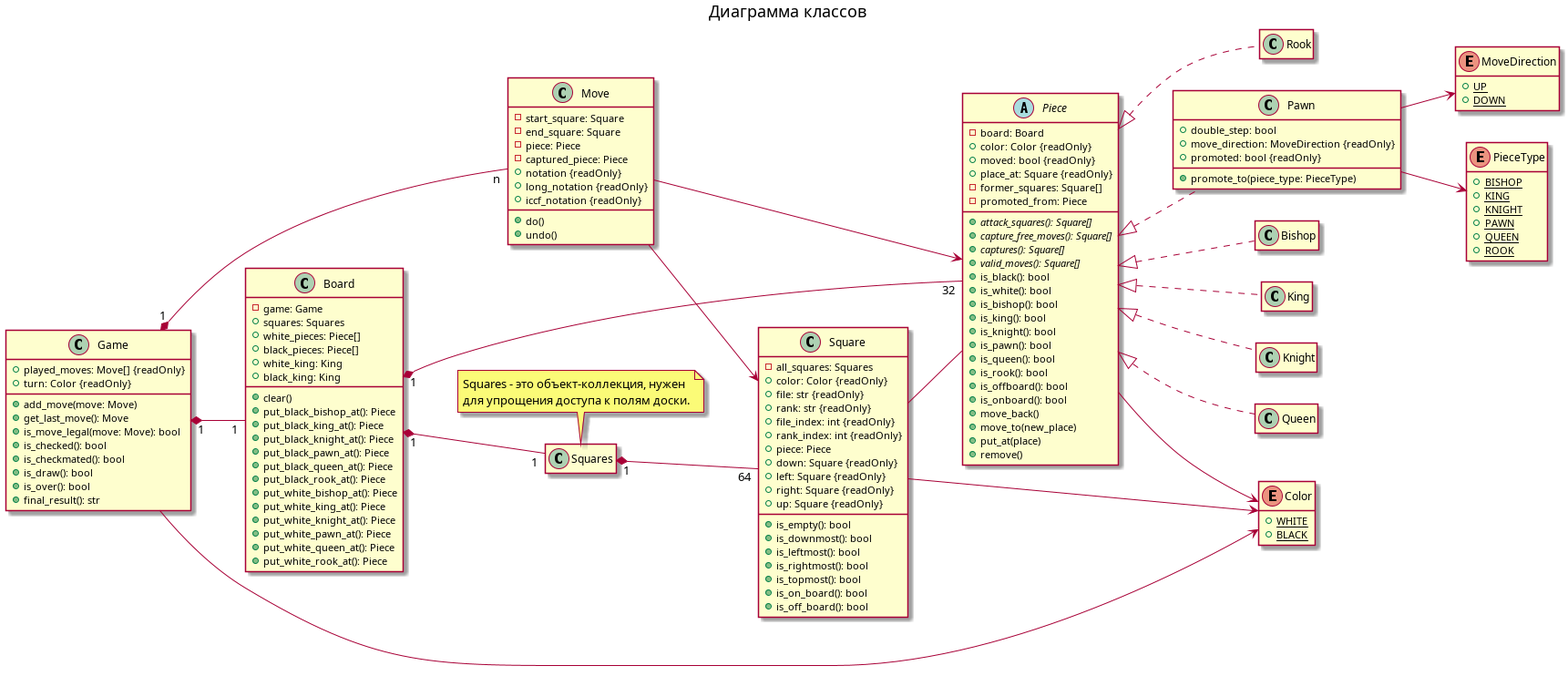
Before: docs/chess.png, a diagram exported from PlantUML (jaeshaed/531-chess). Its source is kept beside it as docs/chess.puml.
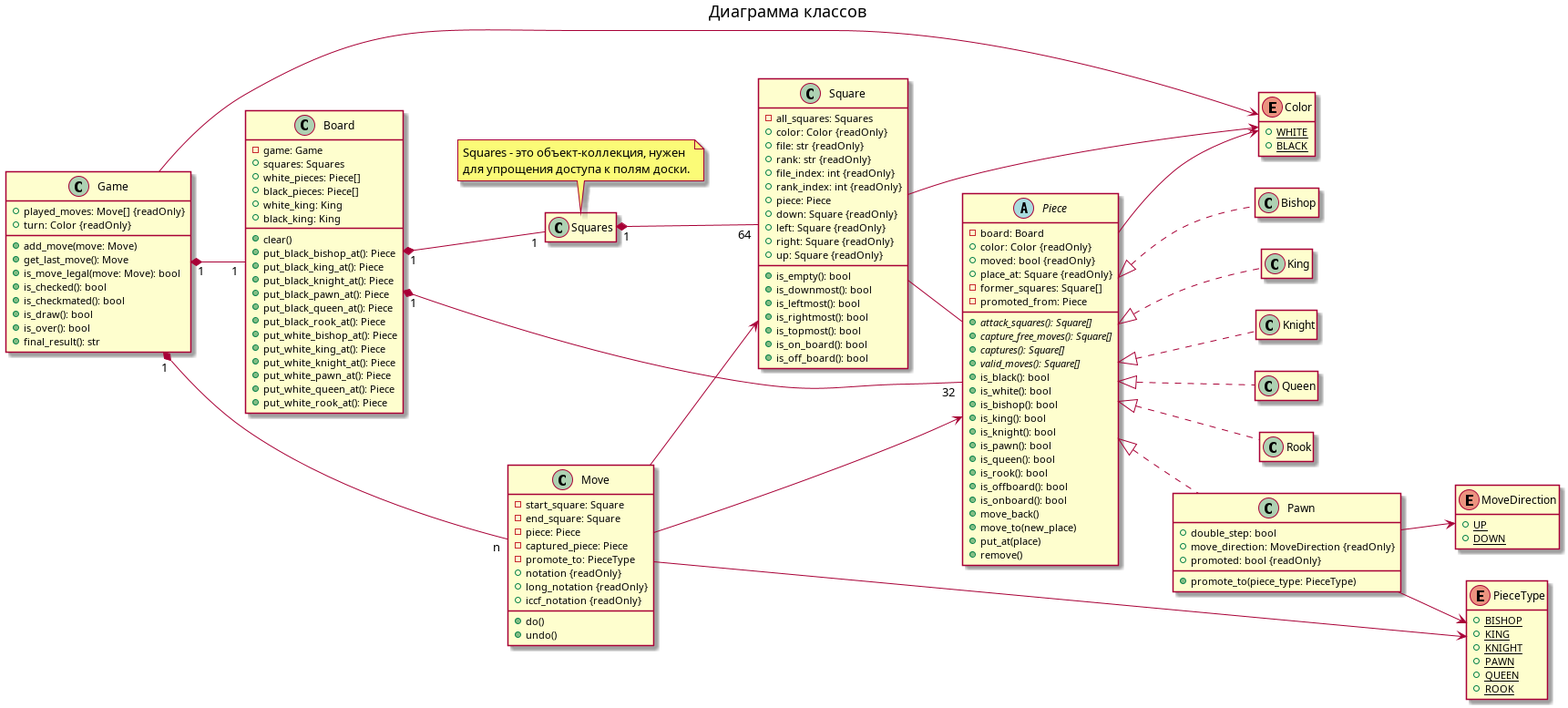
Later version of the same file.

Commit message:
Обновил диаграмму классов.

Change to the diagram source:
```diff
@@ -58,6 +58,7 @@
   -end_square: Square
   -piece: Piece
   -captured_piece: Piece
+  -promote_to: PieceType
   +notation {readOnly}
   +long_notation {readOnly}
   +iccf_notation {readOnly}
@@ -65,6 +66,7 @@
   +undo()
 }
 Move --> Piece
+Move --> PieceType
 Move --> Square
 
 enum MoveDirection {
```
